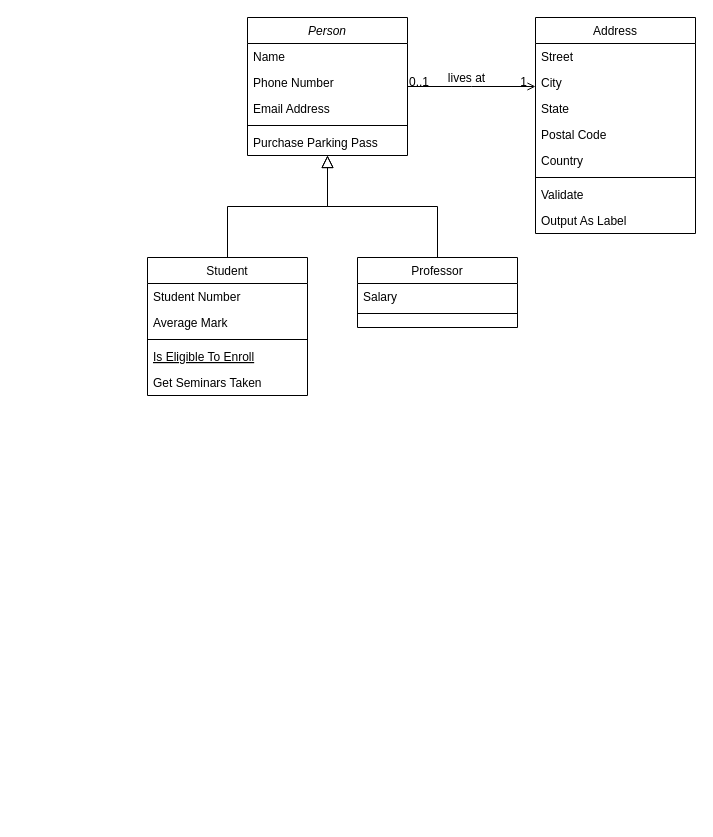
This is images/Untitled Diagram.drawio from chloedeveloper/hello-world, a draw.io file, before an edit. Source tidied: cells renumbered, new cells numbered last; positions are measured from the earlier drawing's top-left corner, leaving out a move shared by most shapes. Both pictures are drawn from the tidied source at 100%, with x=0, y=0 at pixel (147, 17).
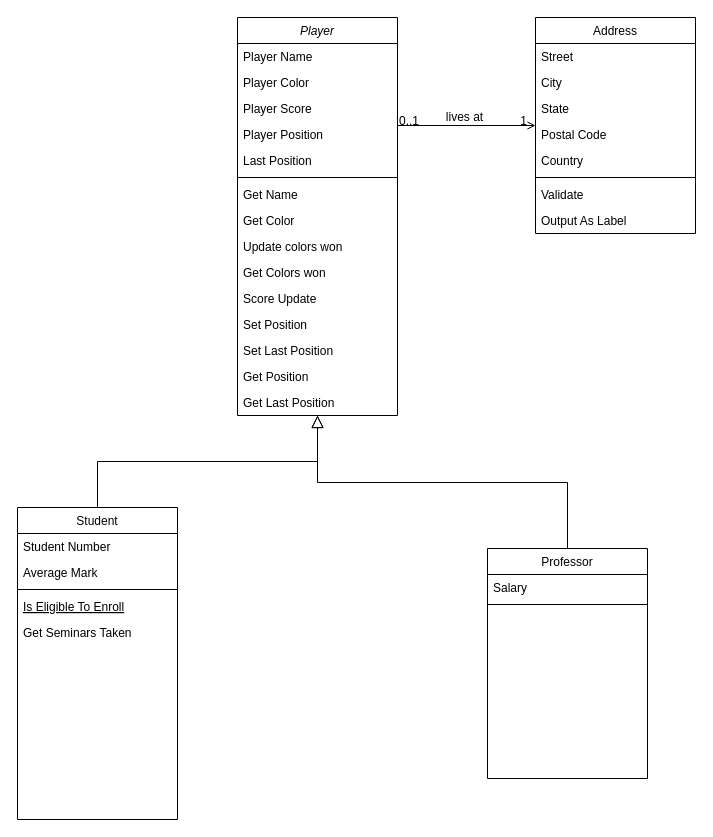
The same diagram, later.

What changed in the source:
```diff
@@
-    <mxCell id="2" value="Person" style="swimlane;fontStyle=2;align=center;verticalAlign=top;horizontal=1;startSize=26;rounded=0;shadow=0;strokeWidth=1;" parent="1" vertex="1">
-      <mxGeometry x="100" width="160" height="138" as="geometry" />
+    <mxCell id="2" value="Player" style="swimlane;fontStyle=2;align=center;verticalAlign=top;horizontal=1;startSize=26;rounded=0;shadow=0;strokeWidth=1;" parent="1" vertex="1">
+      <mxGeometry x="90" width="160" height="398" as="geometry" />
     </mxCell>
-    <mxCell id="3" value="Name" style="text;align=left;verticalAlign=top;spacingLeft=4;spacingRight=4;overflow=hidden;" parent="2" vertex="1">
+    <mxCell id="3" value="Player Name" style="text;align=left;verticalAlign=top;spacingLeft=4;spacingRight=4;overflow=hidden;" parent="2" vertex="1">
       <mxGeometry y="26" width="160" height="26" as="geometry" />
     </mxCell>
-    <mxCell id="4" value="Phone Number" style="text;align=left;verticalAlign=top;spacingLeft=4;spacingRight=4;overflow=hidden;rounded=0;shadow=0;html=0;" parent="2" vertex="1">
+    <mxCell id="4" value="Player Color" style="text;align=left;verticalAlign=top;spacingLeft=4;spacingRight=4;overflow=hidden;rounded=0;shadow=0;html=0;" parent="2" vertex="1">
       <mxGeometry y="52" width="160" height="26" as="geometry" />
     </mxCell>
-    <mxCell id="5" value="Email Address" style="text;align=left;verticalAlign=top;spacingLeft=4;spacingRight=4;overflow=hidden;rounded=0;shadow=0;html=0;" parent="2" vertex="1">
+    <mxCell id="5" value="Player Score" style="text;align=left;verticalAlign=top;spacingLeft=4;spacingRight=4;overflow=hidden;rounded=0;shadow=0;html=0;" parent="2" vertex="1">
       <mxGeometry y="78" width="160" height="26" as="geometry" />
     </mxCell>
+    <mxCell id="32" value="Player Position" style="text;align=left;verticalAlign=top;spacingLeft=4;spacingRight=4;overflow=hidden;rounded=0;shadow=0;html=0;" parent="2" vertex="1">
+      <mxGeometry y="104" width="160" height="26" as="geometry" />
+    </mxCell>
+    <mxCell id="33" value="Last Position" style="text;align=left;verticalAlign=top;spacingLeft=4;spacingRight=4;overflow=hidden;" parent="2" vertex="1">
+      <mxGeometry y="130" width="160" height="26" as="geometry" />
+    </mxCell>
     <mxCell id="6" style="line;html=1;strokeWidth=1;align=left;verticalAlign=middle;spacingTop=-1;spacingLeft=3;spacingRight=3;labelPosition=right;" parent="2" vertex="1">
-      <mxGeometry y="104" width="160" height="8" as="geometry" />
+      <mxGeometry y="156" width="160" height="8" as="geometry" />
     </mxCell>
-    <mxCell id="7" value="Purchase Parking Pass" style="text;align=left;verticalAlign=top;spacingLeft=4;spacingRight=4;overflow=hidden;" parent="2" vertex="1">
-      <mxGeometry y="112" width="160" height="26" as="geometry" />
-    </mxCell>
+    <mxCell id="34" value="Get Name" style="text;align=left;verticalAlign=top;spacingLeft=4;spacingRight=4;overflow=hidden;rounded=0;shadow=0;html=0;" parent="2" vertex="1">
+      <mxGeometry y="164" width="160" height="26" as="geometry" />
+    </mxCell>
+    <mxCell id="35" value="Get Color" style="text;align=left;verticalAlign=top;spacingLeft=4;spacingRight=4;overflow=hidden;rounded=0;shadow=0;html=0;" parent="2" vertex="1">
+      <mxGeometry y="190" width="160" height="26" as="geometry" />
+    </mxCell>
+    <mxCell id="36" value="Update colors won" style="text;align=left;verticalAlign=top;spacingLeft=4;spacingRight=4;overflow=hidden;rounded=0;shadow=0;html=0;" parent="2" vertex="1">
+      <mxGeometry y="216" width="160" height="26" as="geometry" />
+    </mxCell>
+    <mxCell id="37" value="Get Colors won" style="text;align=left;verticalAlign=top;spacingLeft=4;spacingRight=4;overflow=hidden;rounded=0;shadow=0;html=0;" parent="2" vertex="1">
+      <mxGeometry y="242" width="160" height="26" as="geometry" />
+    </mxCell>
+    <mxCell id="38" value="Score Update" style="text;align=left;verticalAlign=top;spacingLeft=4;spacingRight=4;overflow=hidden;rounded=0;shadow=0;html=0;" parent="2" vertex="1">
+      <mxGeometry y="268" width="160" height="26" as="geometry" />
+    </mxCell>
+    <mxCell id="39" value="Set Position" style="text;align=left;verticalAlign=top;spacingLeft=4;spacingRight=4;overflow=hidden;rounded=0;shadow=0;html=0;" parent="2" vertex="1">
+      <mxGeometry y="294" width="160" height="26" as="geometry" />
+    </mxCell>
+    <mxCell id="40" value="Set Last Position" style="text;align=left;verticalAlign=top;spacingLeft=4;spacingRight=4;overflow=hidden;rounded=0;shadow=0;html=0;" parent="2" vertex="1">
+      <mxGeometry y="320" width="160" height="26" as="geometry" />
+    </mxCell>
+    <mxCell id="41" value="Get Position" style="text;align=left;verticalAlign=top;spacingLeft=4;spacingRight=4;overflow=hidden;rounded=0;shadow=0;html=0;" parent="2" vertex="1">
+      <mxGeometry y="346" width="160" height="26" as="geometry" />
+    </mxCell>
+    <mxCell id="42" value="Get Last Position" style="text;align=left;verticalAlign=top;spacingLeft=4;spacingRight=4;overflow=hidden;rounded=0;shadow=0;html=0;" parent="2" vertex="1">
+      <mxGeometry y="372" width="160" height="26" as="geometry" />
+    </mxCell>
     <mxCell id="8" value="Student" style="swimlane;fontStyle=0;align=center;verticalAlign=top;horizontal=1;startSize=26;rounded=0;shadow=0;strokeWidth=1;" parent="1" vertex="1">
-      <mxGeometry y="240" width="160" height="138" as="geometry" />
+      <mxGeometry x="-130" y="490" width="160" height="312" as="geometry" />
     </mxCell>
@@
     <mxCell id="15" value="Professor" style="swimlane;fontStyle=0;align=center;verticalAlign=top;horizontal=1;startSize=26;rounded=0;shadow=0;strokeWidth=1;" parent="1" vertex="1">
-      <mxGeometry x="210" y="240" width="160" height="70" as="geometry" />
+      <mxGeometry x="340" y="531" width="160" height="230" as="geometry" />
     </mxCell>
```
